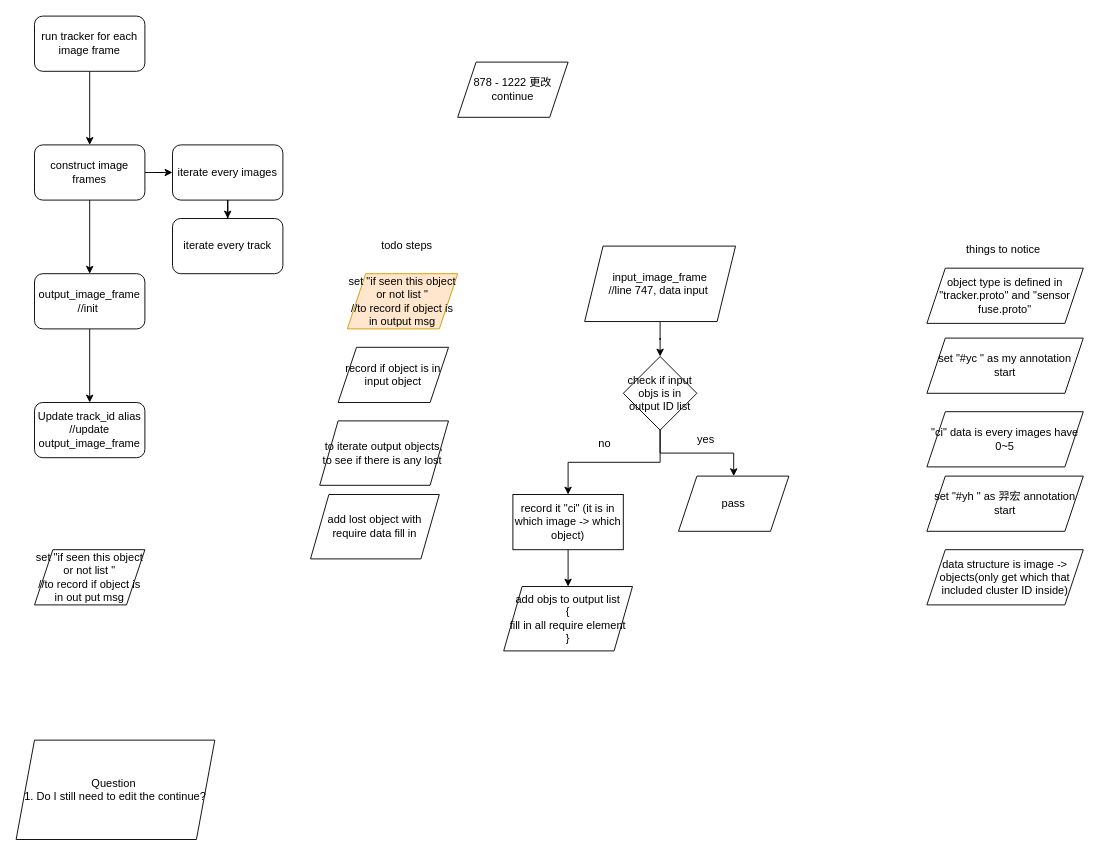
This is deepsort_tracker.drawio from YueChuCheng/Wayside_draw, a draw.io file, before an edit. Source tidied: cells renumbered, new cells numbered last; positions are measured from the earlier drawing's top-left corner, leaving out a move shared by most shapes. Both pictures are drawn from the tidied source at 92%, with x=0, y=0 at pixel (16, 16).
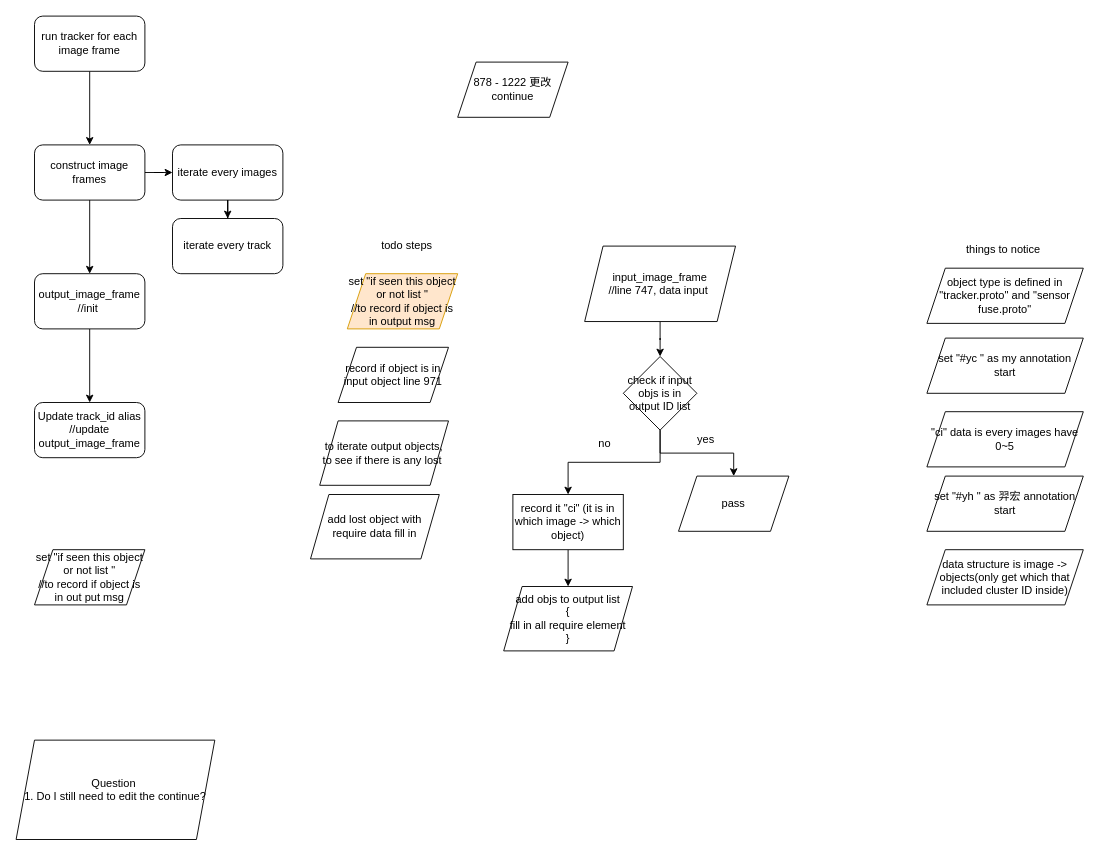
After the change.

Change to the diagram source:
```diff
@@
-    <mxCell id="14" value="record if object is in input object" style="shape=parallelogram;perimeter=parallelogramPerimeter;whiteSpace=wrap;html=1;fixedSize=1;" parent="1" vertex="1">
+    <mxCell id="14" value="record if object is in input object line 971" style="shape=parallelogram;perimeter=parallelogramPerimeter;whiteSpace=wrap;html=1;fixedSize=1;" parent="1" vertex="1">
       <mxGeometry x="350" y="360" width="120" height="60" as="geometry" />
     </mxCell>
```
